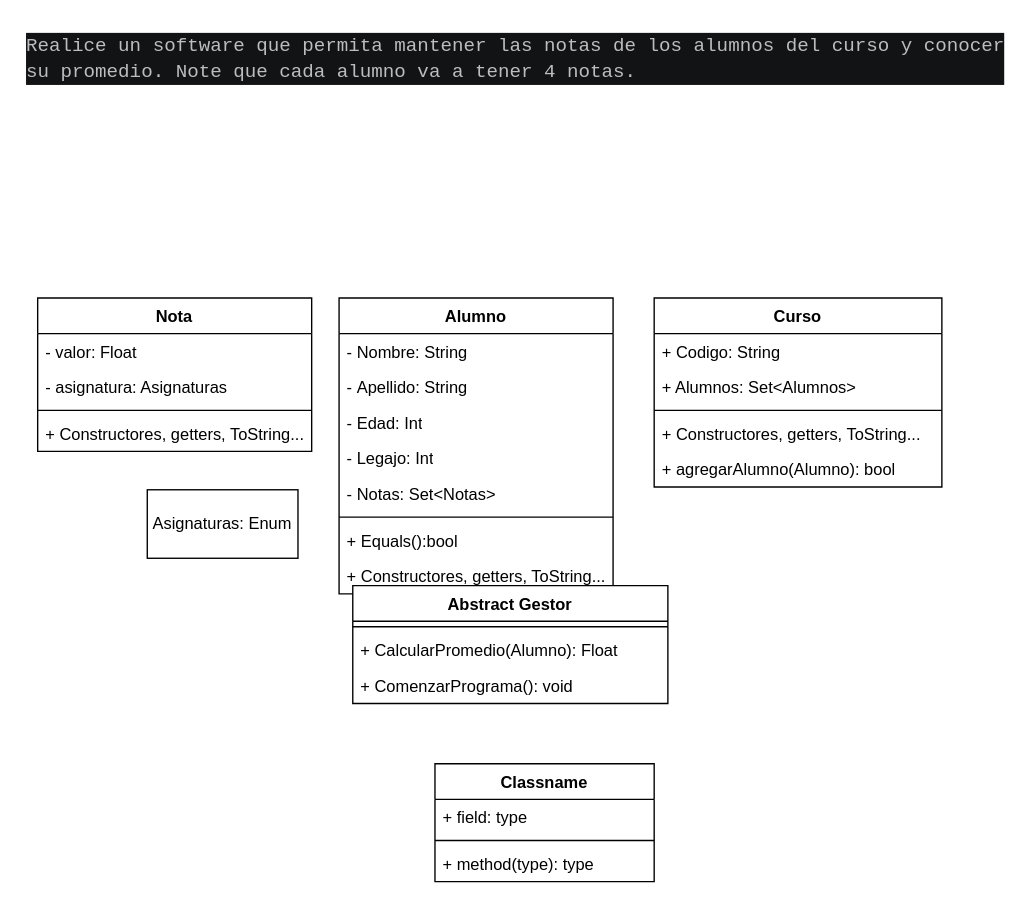
GlobyteFranco/Ejercicio_Nro.3_Notas_De_Alumnos keeps this draw.io diagram as DiagramaDeFlujo.drawio. Above is the earlier version. Source tidied: cells renumbered, new cells numbered last; positions are measured from the earlier drawing's top-left corner, leaving out a move shared by most shapes. Both pictures are drawn from the tidied source at 137%, with x=0, y=0 at pixel (23, 23).
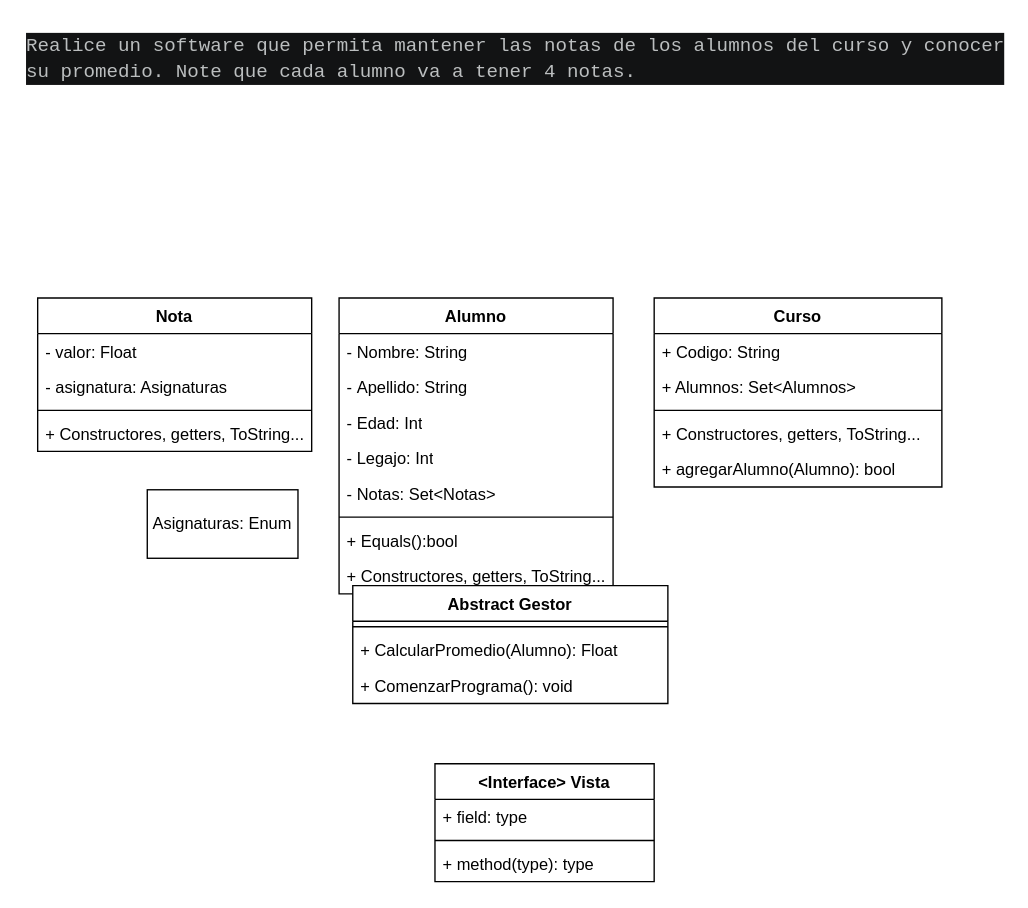
The same page after the edit.

Change to the diagram source:
```diff
@@
-    <mxCell id="28" value="Classname" style="swimlane;fontStyle=1;align=center;verticalAlign=top;horizontal=1;startSize=26;whiteSpace=wrap;html=1;" parent="1" vertex="1">
+    <mxCell id="28" value="&amp;lt;Interface&amp;gt; Vista" style="swimlane;fontStyle=1;align=center;verticalAlign=top;horizontal=1;startSize=26;whiteSpace=wrap;html=1;" parent="1" vertex="1">
       <mxGeometry x="300" y="540" width="160" height="86" as="geometry" />
     </mxCell>
```
